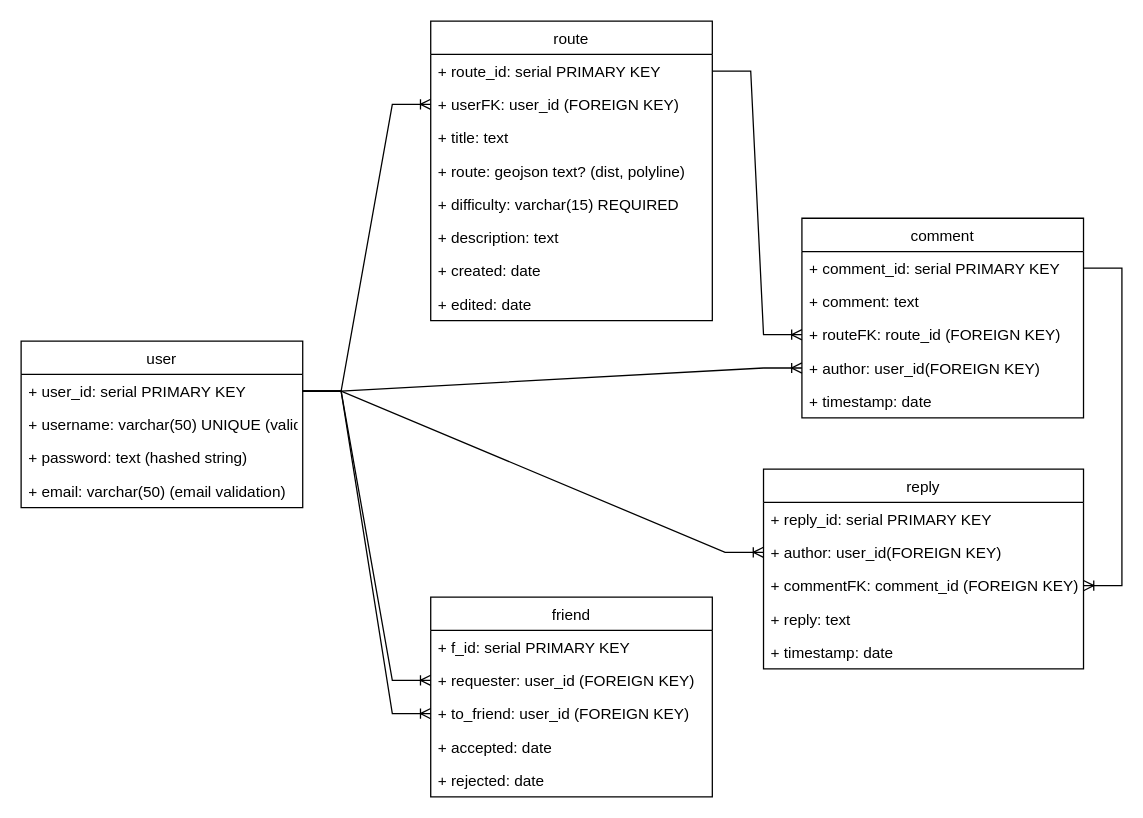
The draw.io diagram page "schema" (2 of 3) of readme/Cycling.drawio in tang-jh/ga-capstone-bcycling, before the edit. Source tidied: cells renumbered, new cells numbered last; positions are measured from the earlier drawing's top-left corner, leaving out a move shared by most shapes. Both pictures are drawn from the tidied source at 128%, with x=0, y=0 at pixel (20, 20).
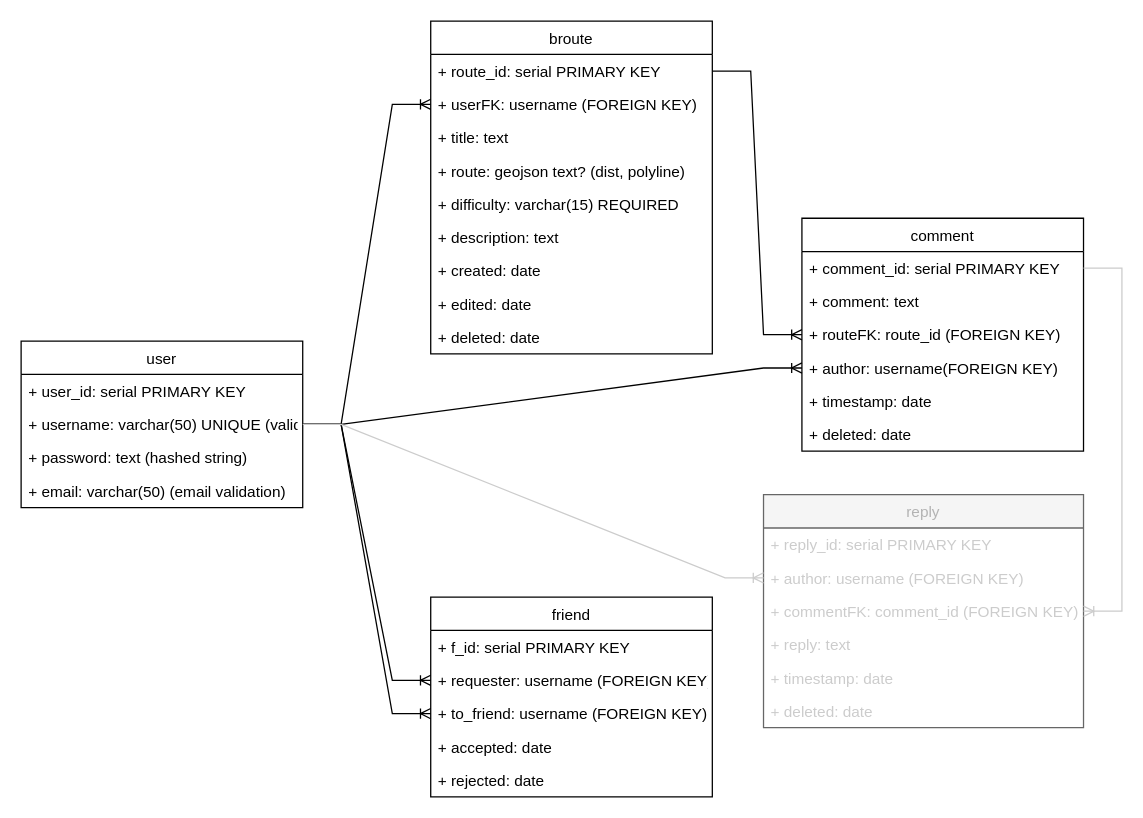
The same page after the edit.

Unchanged cells that the change refers to:
```xml
<mxCell id="3" value="+ user_id: serial PRIMARY KEY" style="text;strokeColor=none;fillColor=none;align=left;verticalAlign=top;spacingLeft=4;spacingRight=4;overflow=hidden;points=[[0,0.5],[1,0.5]];portConstraint=eastwest;fontSize=12;" parent="2" vertex="1">
  <mxGeometry y="26" width="220" height="26" as="geometry" />
</mxCell>
<mxCell id="4" value="+ username: varchar(50) UNIQUE (validation)" style="text;strokeColor=none;fillColor=none;align=left;verticalAlign=top;spacingLeft=4;spacingRight=4;overflow=hidden;points=[[0,0.5],[1,0.5]];portConstraint=eastwest;fontSize=12;" parent="2" vertex="1">
  <mxGeometry y="52" width="220" height="26" as="geometry" />
</mxCell>
<mxCell id="17" value="+ comment_id: serial PRIMARY KEY" style="text;strokeColor=none;fillColor=none;align=left;verticalAlign=top;spacingLeft=4;spacingRight=4;overflow=hidden;points=[[0,0.5],[1,0.5]];portConstraint=eastwest;fontSize=12;" parent="16" vertex="1">
  <mxGeometry y="26" width="220" height="26" as="geometry" />
</mxCell>
<mxCell id="22" value="friend" style="swimlane;fontStyle=0;horizontal=1;startSize=26;fillColor=none;fontSize=12;" parent="1" vertex="1">
  <mxGeometry x="320" y="450" width="220" height="156" as="geometry" />
</mxCell>
```

The edit, as a diff of the source:
```diff
@@
-    <mxCell id="7" value="route" style="swimlane;fontStyle=0;horizontal=1;startSize=26;fillColor=none;fontSize=12;" parent="1" vertex="1">
-      <mxGeometry x="320" width="220" height="234" as="geometry" />
+    <mxCell id="7" value="broute" style="swimlane;fontStyle=0;horizontal=1;startSize=26;fillColor=none;fontSize=12;" parent="1" vertex="1">
+      <mxGeometry x="320" width="220" height="260" as="geometry" />
     </mxCell>
@@
-    <mxCell id="9" value="+ userFK: user_id (FOREIGN KEY)" style="text;strokeColor=none;fillColor=none;align=left;verticalAlign=top;spacingLeft=4;spacingRight=4;overflow=hidden;points=[[0,0.5],[1,0.5]];portConstraint=eastwest;fontSize=12;" parent="7" vertex="1">
+    <mxCell id="9" value="+ userFK: username (FOREIGN KEY)" style="text;strokeColor=none;fillColor=none;align=left;verticalAlign=top;spacingLeft=4;spacingRight=4;overflow=hidden;points=[[0,0.5],[1,0.5]];portConstraint=eastwest;fontSize=12;" parent="7" vertex="1">
       <mxGeometry y="52" width="220" height="26" as="geometry" />
     </mxCell>
@@
+    <mxCell id="41" value="+ deleted: date" style="text;strokeColor=none;fillColor=none;align=left;verticalAlign=top;spacingLeft=4;spacingRight=4;overflow=hidden;fontSize=12;" parent="7" vertex="1">
+      <mxGeometry y="234" width="220" height="26" as="geometry" />
+    </mxCell>
     <mxCell id="16" value="comment" style="swimlane;fontStyle=0;horizontal=1;startSize=26;fillColor=none;fontSize=12;" parent="1" vertex="1">
-      <mxGeometry x="610" y="154" width="220" height="156" as="geometry" />
+      <mxGeometry x="610" y="154" width="220" height="182" as="geometry" />
     </mxCell>
@@
-    <mxCell id="20" value="+ author: user_id(FOREIGN KEY)" style="text;strokeColor=none;fillColor=none;align=left;verticalAlign=top;spacingLeft=4;spacingRight=4;overflow=hidden;points=[[0,0.5],[1,0.5]];portConstraint=eastwest;fontSize=12;" parent="16" vertex="1">
+    <mxCell id="20" value="+ author: username(FOREIGN KEY)" style="text;strokeColor=none;fillColor=none;align=left;verticalAlign=top;spacingLeft=4;spacingRight=4;overflow=hidden;points=[[0,0.5],[1,0.5]];portConstraint=eastwest;fontSize=12;" parent="16" vertex="1">
       <mxGeometry y="104" width="220" height="26" as="geometry" />
     </mxCell>
@@
+    <mxCell id="42" value="+ deleted: date" style="text;strokeColor=none;fillColor=none;align=left;verticalAlign=top;spacingLeft=4;spacingRight=4;overflow=hidden;fontSize=12;" parent="16" vertex="1">
+      <mxGeometry y="156" width="220" height="26" as="geometry" />
+    </mxCell>
@@
-    <mxCell id="24" value="+ requester: user_id (FOREIGN KEY)" style="text;strokeColor=none;fillColor=none;align=left;verticalAlign=top;spacingLeft=4;spacingRight=4;overflow=hidden;points=[[0,0.5],[1,0.5]];portConstraint=eastwest;fontSize=12;" parent="22" vertex="1">
+    <mxCell id="24" value="+ requester: username (FOREIGN KEY)" style="text;strokeColor=none;fillColor=none;align=left;verticalAlign=top;spacingLeft=4;spacingRight=4;overflow=hidden;points=[[0,0.5],[1,0.5]];portConstraint=eastwest;fontSize=12;" parent="22" vertex="1">
       <mxGeometry y="52" width="220" height="26" as="geometry" />
     </mxCell>
-    <mxCell id="25" value="+ to_friend: user_id (FOREIGN KEY)" style="text;strokeColor=none;fillColor=none;align=left;verticalAlign=top;spacingLeft=4;spacingRight=4;overflow=hidden;points=[[0,0.5],[1,0.5]];portConstraint=eastwest;fontSize=12;" parent="22" vertex="1">
+    <mxCell id="25" value="+ to_friend: username (FOREIGN KEY)" style="text;strokeColor=none;fillColor=none;align=left;verticalAlign=top;spacingLeft=4;spacingRight=4;overflow=hidden;points=[[0,0.5],[1,0.5]];portConstraint=eastwest;fontSize=12;" parent="22" vertex="1">
       <mxGeometry y="78" width="220" height="26" as="geometry" />
     </mxCell>
@@
-    <mxCell id="28" style="edgeStyle=entityRelationEdgeStyle;fontSize=12;html=1;endArrow=ERoneToMany;rounded=0;jumpStyle=arc;exitX=1;exitY=0.5;exitDx=0;exitDy=0;" parent="1" edge="1" source="3" target="24">
+    <mxCell id="28" style="edgeStyle=entityRelationEdgeStyle;fontSize=12;html=1;endArrow=ERoneToMany;rounded=0;jumpStyle=arc;exitX=1;exitY=0.5;exitDx=0;exitDy=0;" parent="1" edge="1" source="4" target="24">
       <mxGeometry relative="1" as="geometry" />
     </mxCell>
-    <mxCell id="29" style="edgeStyle=entityRelationEdgeStyle;fontSize=12;html=1;endArrow=ERoneToMany;rounded=0;entryX=0;entryY=0.5;entryDx=0;entryDy=0;jumpStyle=arc;exitX=1;exitY=0.5;exitDx=0;exitDy=0;" parent="1" edge="1" source="3" target="25">
+    <mxCell id="29" style="edgeStyle=entityRelationEdgeStyle;fontSize=12;html=1;endArrow=ERoneToMany;rounded=0;entryX=0;entryY=0.5;entryDx=0;entryDy=0;jumpStyle=arc;exitX=1;exitY=0.5;exitDx=0;exitDy=0;" parent="1" edge="1" source="4" target="25">
       <mxGeometry relative="1" as="geometry" />
     </mxCell>
-    <mxCell id="30" style="edgeStyle=entityRelationEdgeStyle;fontSize=12;html=1;endArrow=ERoneToMany;rounded=0;jumpStyle=arc;exitX=1;exitY=0.5;exitDx=0;exitDy=0;" parent="1" edge="1" source="3" target="9">
+    <mxCell id="30" style="edgeStyle=entityRelationEdgeStyle;fontSize=12;html=1;endArrow=ERoneToMany;rounded=0;jumpStyle=arc;exitX=1;exitY=0.5;exitDx=0;exitDy=0;" parent="1" edge="1" source="4" target="9">
       <mxGeometry relative="1" as="geometry" />
     </mxCell>
-    <mxCell id="31" style="edgeStyle=entityRelationEdgeStyle;fontSize=12;html=1;endArrow=ERoneToMany;rounded=0;exitX=1;exitY=0.5;exitDx=0;exitDy=0;jumpStyle=arc;entryX=0;entryY=0.5;entryDx=0;entryDy=0;" parent="1" edge="1" source="3" target="20">
+    <mxCell id="31" style="edgeStyle=entityRelationEdgeStyle;fontSize=12;html=1;endArrow=ERoneToMany;rounded=0;exitX=1;exitY=0.5;exitDx=0;exitDy=0;jumpStyle=arc;entryX=0;entryY=0.5;entryDx=0;entryDy=0;" parent="1" edge="1" source="4" target="20">
       <mxGeometry relative="1" as="geometry" />
     </mxCell>
@@
-    <mxCell id="33" value="reply" style="swimlane;fontStyle=0;horizontal=1;startSize=26;fillColor=none;fontSize=12;" parent="1" vertex="1">
-      <mxGeometry x="580" y="350" width="250" height="156" as="geometry" />
+    <mxCell id="33" value="reply" style="swimlane;fontStyle=0;horizontal=1;startSize=26;fillColor=#f5f5f5;fontSize=12;strokeColor=#666666;fontColor=#B3B3B3;" parent="1" vertex="1">
+      <mxGeometry x="580" y="370" width="250" height="182" as="geometry" />
     </mxCell>
-    <mxCell id="34" value="+ reply_id: serial PRIMARY KEY" style="text;strokeColor=none;fillColor=none;align=left;verticalAlign=top;spacingLeft=4;spacingRight=4;overflow=hidden;fontSize=12;" parent="33" vertex="1">
+    <mxCell id="34" value="+ reply_id: serial PRIMARY KEY" style="text;strokeColor=none;fillColor=none;align=left;verticalAlign=top;spacingLeft=4;spacingRight=4;overflow=hidden;fontSize=12;fontColor=#CCCCCC;" parent="33" vertex="1">
       <mxGeometry y="26" width="250" height="26" as="geometry" />
     </mxCell>
-    <mxCell id="35" value="+ author: user_id(FOREIGN KEY)" style="text;strokeColor=none;fillColor=none;align=left;verticalAlign=top;spacingLeft=4;spacingRight=4;overflow=hidden;points=[[0,0.5],[1,0.5]];portConstraint=eastwest;fontSize=12;" parent="33" vertex="1">
+    <mxCell id="35" value="+ author: username (FOREIGN KEY)" style="text;strokeColor=none;fillColor=none;align=left;verticalAlign=top;spacingLeft=4;spacingRight=4;overflow=hidden;points=[[0,0.5],[1,0.5]];portConstraint=eastwest;fontSize=12;fontColor=#CCCCCC;" parent="33" vertex="1">
       <mxGeometry y="52" width="250" height="26" as="geometry" />
     </mxCell>
-    <mxCell id="36" value="+ commentFK: comment_id (FOREIGN KEY)" style="text;strokeColor=none;fillColor=none;align=left;verticalAlign=top;spacingLeft=4;spacingRight=4;overflow=hidden;points=[[0,0.5],[1,0.5]];portConstraint=eastwest;fontSize=12;" parent="33" vertex="1">
+    <mxCell id="36" value="+ commentFK: comment_id (FOREIGN KEY)" style="text;strokeColor=none;fillColor=none;align=left;verticalAlign=top;spacingLeft=4;spacingRight=4;overflow=hidden;points=[[0,0.5],[1,0.5]];portConstraint=eastwest;fontSize=12;fontColor=#CCCCCC;" parent="33" vertex="1">
       <mxGeometry y="78" width="250" height="26" as="geometry" />
     </mxCell>
-    <mxCell id="37" value="+ reply: text" style="text;strokeColor=none;fillColor=none;align=left;verticalAlign=top;spacingLeft=4;spacingRight=4;overflow=hidden;fontSize=12;" parent="33" vertex="1">
+    <mxCell id="37" value="+ reply: text" style="text;strokeColor=none;fillColor=none;align=left;verticalAlign=top;spacingLeft=4;spacingRight=4;overflow=hidden;fontSize=12;fontColor=#CCCCCC;" parent="33" vertex="1">
       <mxGeometry y="104" width="250" height="26" as="geometry" />
     </mxCell>
-    <mxCell id="38" value="+ timestamp: date" style="text;strokeColor=none;fillColor=none;align=left;verticalAlign=top;spacingLeft=4;spacingRight=4;overflow=hidden;fontSize=12;" parent="33" vertex="1">
+    <mxCell id="38" value="+ timestamp: date" style="text;strokeColor=none;fillColor=none;align=left;verticalAlign=top;spacingLeft=4;spacingRight=4;overflow=hidden;fontSize=12;fontColor=#CCCCCC;" parent="33" vertex="1">
       <mxGeometry y="130" width="250" height="26" as="geometry" />
     </mxCell>
+    <mxCell id="43" value="+ deleted: date" style="text;strokeColor=none;fillColor=none;align=left;verticalAlign=top;spacingLeft=4;spacingRight=4;overflow=hidden;fontSize=12;fontColor=#CCCCCC;" parent="33" vertex="1">
+      <mxGeometry y="156" width="250" height="26" as="geometry" />
+    </mxCell>
-    <mxCell id="39" style="edgeStyle=entityRelationEdgeStyle;fontSize=12;html=1;endArrow=ERoneToMany;rounded=0;exitX=1;exitY=0.5;exitDx=0;exitDy=0;jumpStyle=arc;entryX=0;entryY=0.5;entryDx=0;entryDy=0;" parent="1" edge="1" source="3" target="35">
+    <mxCell id="39" style="edgeStyle=entityRelationEdgeStyle;fontSize=12;html=1;endArrow=ERoneToMany;rounded=0;exitX=1;exitY=0.5;exitDx=0;exitDy=0;jumpStyle=arc;entryX=0;entryY=0.5;entryDx=0;entryDy=0;strokeColor=#CCCCCC;" parent="1" edge="1" source="4" target="35">
       <mxGeometry relative="1" as="geometry" />
     </mxCell>
-    <mxCell id="40" style="edgeStyle=entityRelationEdgeStyle;fontSize=12;html=1;endArrow=ERoneToMany;rounded=0;exitX=1;exitY=0.5;exitDx=0;exitDy=0;jumpStyle=arc;" parent="1" edge="1" source="17" target="36">
+    <mxCell id="40" style="edgeStyle=entityRelationEdgeStyle;fontSize=12;html=1;endArrow=ERoneToMany;rounded=0;exitX=1;exitY=0.5;exitDx=0;exitDy=0;jumpStyle=arc;fontColor=#000000;strokeColor=#CCCCCC;" parent="1" edge="1" source="17" target="36">
       <mxGeometry relative="1" as="geometry" />
     </mxCell>
```
